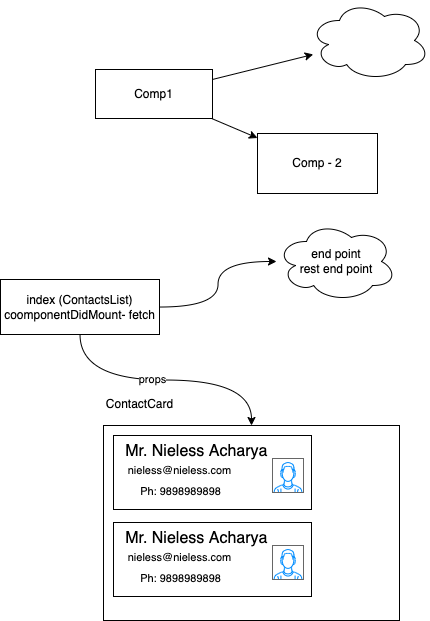
Before: images/day19.drawio.png, a diagram exported from draw.io (adithnaveen/2022-jul-asde-jfs-sapient). Source tidied: cells renumbered, new cells last; positions are measured from the earlier drawing's top-left corner, leaving out a move shared by most shapes.
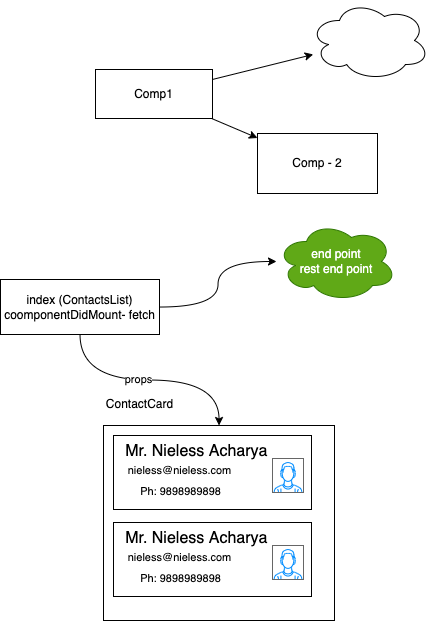
After the change.

What changed in the source:
```diff
@@ -29,11 +29,11 @@
     <mxCell id="10" value="index (ContactsList)&lt;br&gt;coomponentDidMount- fetch" style="rounded=0;whiteSpace=wrap;html=1;" parent="1" vertex="1">
       <mxGeometry y="279" width="159" height="55" as="geometry" />
     </mxCell>
-    <mxCell id="11" value="end point&lt;br&gt;rest end point" style="ellipse;shape=cloud;whiteSpace=wrap;html=1;" parent="1" vertex="1">
+    <mxCell id="11" value="end point&lt;br&gt;rest end point" style="ellipse;shape=cloud;whiteSpace=wrap;html=1;fillColor=#60a917;fontColor=#ffffff;strokeColor=#2D7600;" parent="1" vertex="1">
       <mxGeometry x="276" y="221" width="120" height="80" as="geometry" />
     </mxCell>
     <mxCell id="12" style="rounded=0;whiteSpace=wrap;html=1;" parent="1" vertex="1">
-      <mxGeometry x="103" y="425" width="296" height="195" as="geometry" />
+      <mxGeometry x="103" y="425" width="231" height="195" as="geometry" />
     </mxCell>
     <mxCell id="13" value="&lt;span&gt;ContactCard&lt;/span&gt;" style="text;html=1;align=center;verticalAlign=middle;strokeColor=none;fillColor=none;" parent="1" vertex="1">
       <mxGeometry x="100" y="395" width="78" height="18" as="geometry" />
```
